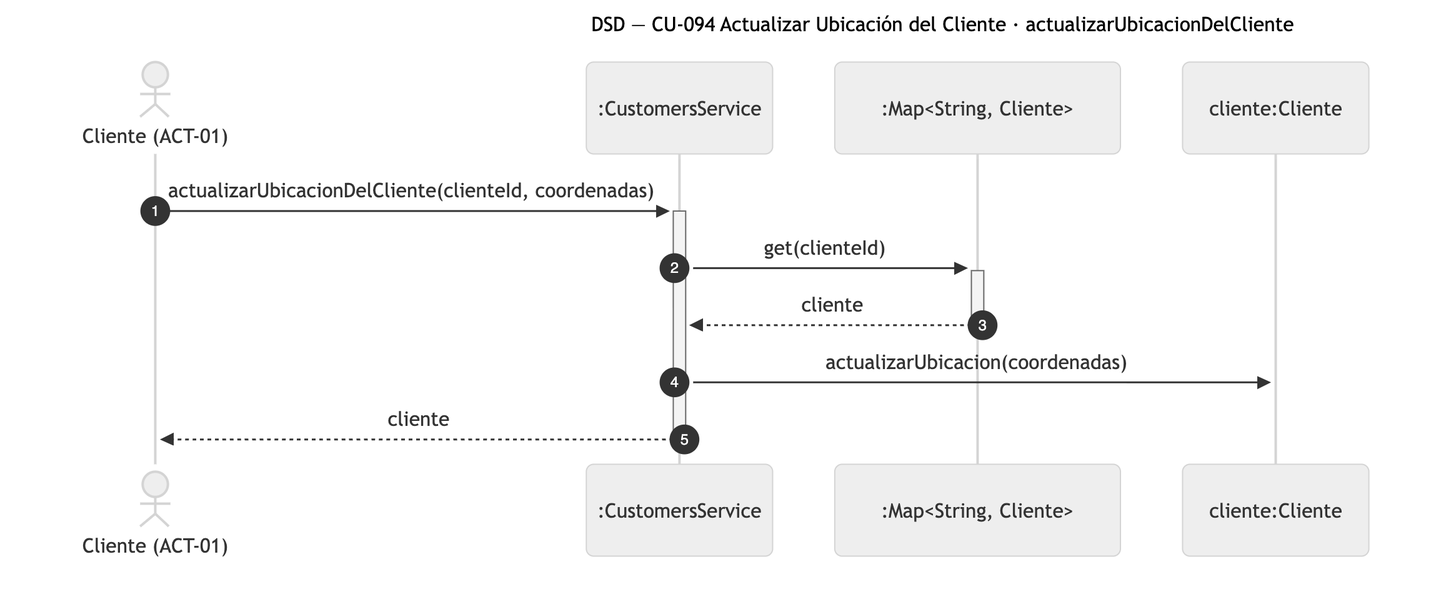
Before: diagramas/png/DSD_CU-094_actualizarUbicacionDelCliente.png, a diagram exported from Mermaid (Nahuelito-Dev/splg-docs). Its source is kept beside it as diagramas/DSD_CU-094_actualizarUbicacionDelCliente.mmd.
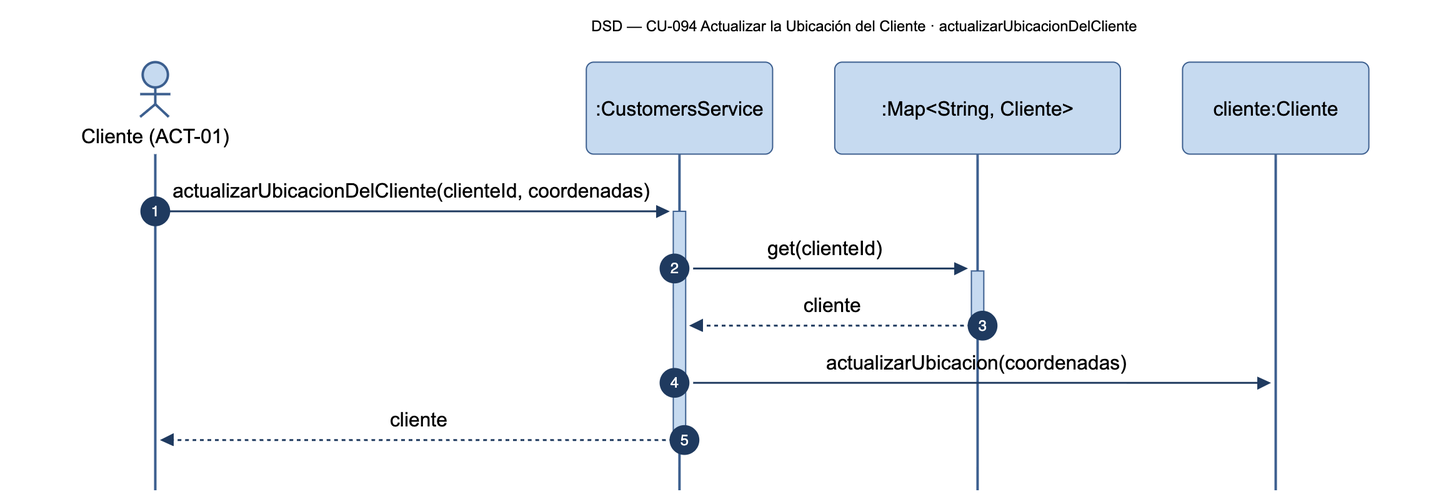
The same diagram one commit later.

The edit, as a diff of the source:
```diff
@@ -1,5 +1,5 @@
 sequenceDiagram
-    title DSD — CU-094 Actualizar Ubicación del Cliente · actualizarUbicacionDelCliente
+    title DSD — CU-094 Actualizar la Ubicación del Cliente · actualizarUbicacionDelCliente
     autonumber
     actor CLI as Cliente (ACT-01)
     participant SRV as :CustomersService
```
